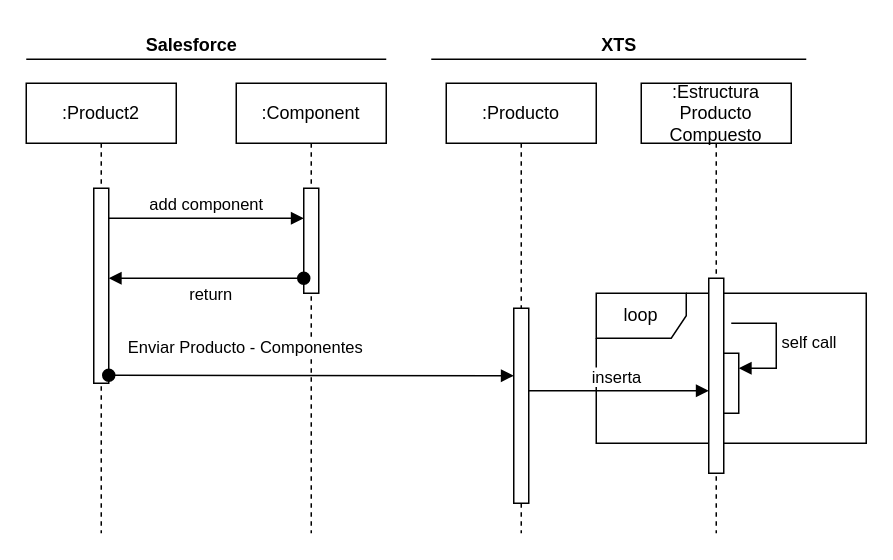
TecladoZurdo/UML keeps this draw.io diagram as Componentes.drawio. Above is the earlier version. Source tidied: cells renumbered, new cells numbered last; positions are measured from the earlier drawing's top-left corner, leaving out a move shared by most shapes. Both pictures are drawn from the tidied source at 150%, with x=0, y=0 at pixel (26, 26).
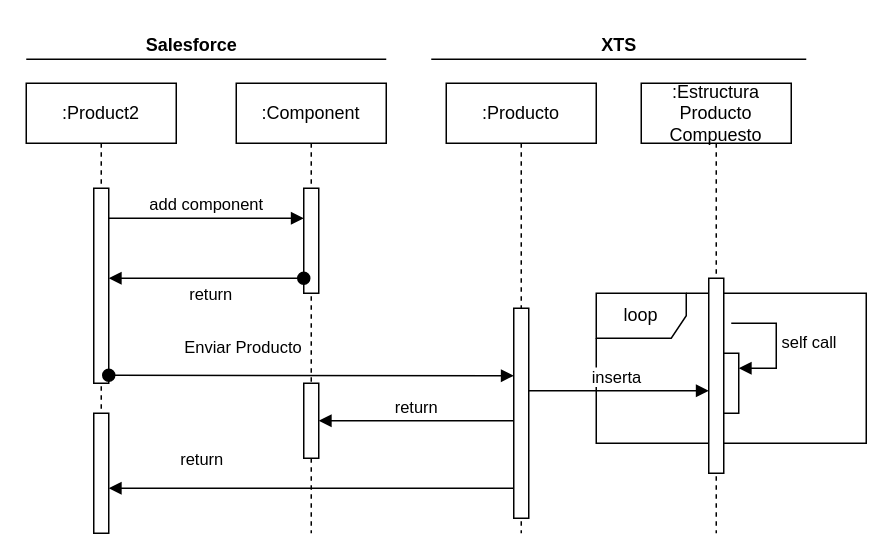
The same diagram, later.

Unchanged cells that the change refers to:
```xml
<mxCell id="2" value=":Product2" style="shape=umlLifeline;perimeter=lifelinePerimeter;whiteSpace=wrap;html=1;newEdgeStyle={&quot;edgeStyle&quot;:&quot;elbowEdgeStyle&quot;,&quot;elbow&quot;:&quot;vertical&quot;,&quot;curved&quot;:0,&quot;rounded&quot;:0};" parent="1" vertex="1">
  <mxGeometry y="38" width="100" height="300" as="geometry" />
</mxCell>
<mxCell id="4" value=":Producto" style="shape=umlLifeline;perimeter=lifelinePerimeter;whiteSpace=wrap;html=1;newEdgeStyle={&quot;edgeStyle&quot;:&quot;elbowEdgeStyle&quot;,&quot;elbow&quot;:&quot;vertical&quot;,&quot;curved&quot;:0,&quot;rounded&quot;:0};" parent="1" vertex="1">
  <mxGeometry x="280" y="38" width="100" height="300" as="geometry" />
</mxCell>
<mxCell id="6" value=":Component" style="shape=umlLifeline;perimeter=lifelinePerimeter;whiteSpace=wrap;html=1;newEdgeStyle={&quot;edgeStyle&quot;:&quot;elbowEdgeStyle&quot;,&quot;elbow&quot;:&quot;vertical&quot;,&quot;curved&quot;:0,&quot;rounded&quot;:0};" parent="1" vertex="1">
  <mxGeometry x="140" y="38" width="100" height="300" as="geometry" />
</mxCell>
```

Diff of the diagram source:
```diff
@@
+    <mxCell id="21" style="html=1;points=[];perimeter=orthogonalPerimeter;outlineConnect=0;targetShapes=umlLifeline;portConstraint=eastwest;newEdgeStyle={&quot;edgeStyle&quot;:&quot;elbowEdgeStyle&quot;,&quot;elbow&quot;:&quot;vertical&quot;,&quot;curved&quot;:0,&quot;rounded&quot;:0};" parent="2" vertex="1">
+      <mxGeometry x="45" y="220" width="10" height="80" as="geometry" />
+    </mxCell>
@@
     <mxCell id="5" style="html=1;points=[];perimeter=orthogonalPerimeter;outlineConnect=0;targetShapes=umlLifeline;portConstraint=eastwest;newEdgeStyle={&quot;edgeStyle&quot;:&quot;elbowEdgeStyle&quot;,&quot;elbow&quot;:&quot;vertical&quot;,&quot;curved&quot;:0,&quot;rounded&quot;:0};" parent="4" vertex="1">
-      <mxGeometry x="45" y="150" width="10" height="130" as="geometry" />
+      <mxGeometry x="45" y="150" width="10" height="140" as="geometry" />
     </mxCell>
@@
+    <mxCell id="22" style="html=1;points=[];perimeter=orthogonalPerimeter;outlineConnect=0;targetShapes=umlLifeline;portConstraint=eastwest;newEdgeStyle={&quot;edgeStyle&quot;:&quot;elbowEdgeStyle&quot;,&quot;elbow&quot;:&quot;vertical&quot;,&quot;curved&quot;:0,&quot;rounded&quot;:0};" parent="6" vertex="1">
+      <mxGeometry x="45" y="200" width="10" height="50" as="geometry" />
+    </mxCell>
@@
-    <mxCell id="10" value="Enviar Producto - Componentes" style="html=1;verticalAlign=bottom;startArrow=oval;startFill=1;endArrow=block;startSize=8;edgeStyle=elbowEdgeStyle;elbow=vertical;curved=0;rounded=0;" parent="1" edge="1">
+    <mxCell id="10" value="Enviar Producto&amp;nbsp;" style="html=1;verticalAlign=bottom;startArrow=oval;startFill=1;endArrow=block;startSize=8;edgeStyle=elbowEdgeStyle;elbow=vertical;curved=0;rounded=0;" parent="1" edge="1">
       <mxGeometry x="-0.33" y="10" relative="1" as="geometry">
         <mxPoint x="55" y="232.7" as="sourcePoint" />
         <mxPoint x="325" y="232.9" as="targetPoint" />
       </mxGeometry>
     </mxCell>
@@
+    <mxCell id="23" value="return" style="html=1;verticalAlign=bottom;endArrow=block;edgeStyle=elbowEdgeStyle;elbow=vertical;curved=0;rounded=0;" parent="1" edge="1" source="5" target="22">
+      <mxGeometry relative="1" as="geometry" />
+    </mxCell>
+    <mxCell id="24" value="return" style="html=1;verticalAlign=bottom;endArrow=block;edgeStyle=elbowEdgeStyle;elbow=vertical;curved=0;rounded=0;" parent="1" edge="1" source="5" target="21">
+      <mxGeometry x="0.54" y="-10" relative="1" as="geometry">
+        <Array as="points">
+          <mxPoint x="287.8" y="308" />
+        </Array>
+      </mxGeometry>
+    </mxCell>
```
